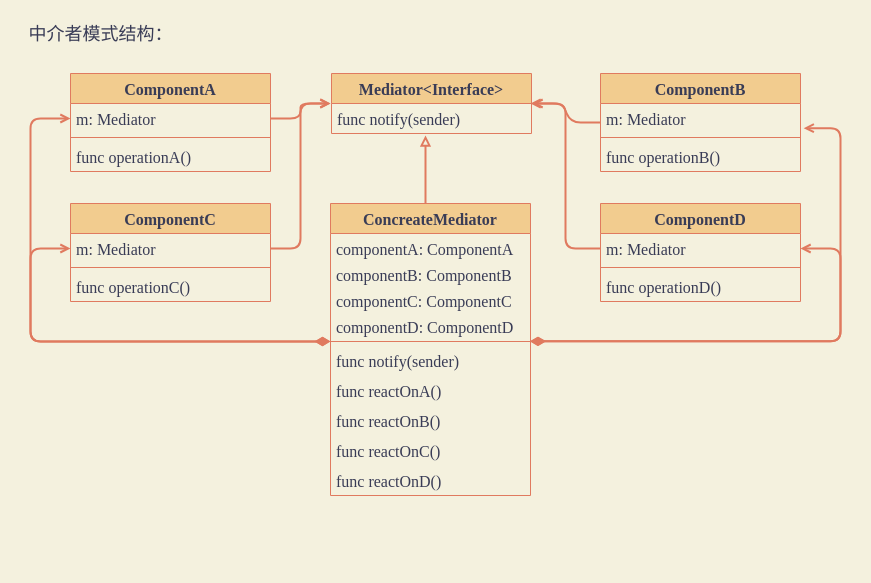
Above: 未命名绘图.drawio in xuhaodong1/DrawIO (draw.io), before the change. Source tidied: cells renumbered, new cells numbered last; positions are measured from the earlier drawing's top-left corner, leaving out a move shared by most shapes. Both pictures are drawn from the tidied source at 100%, with x=0, y=0 at pixel (21, 17).
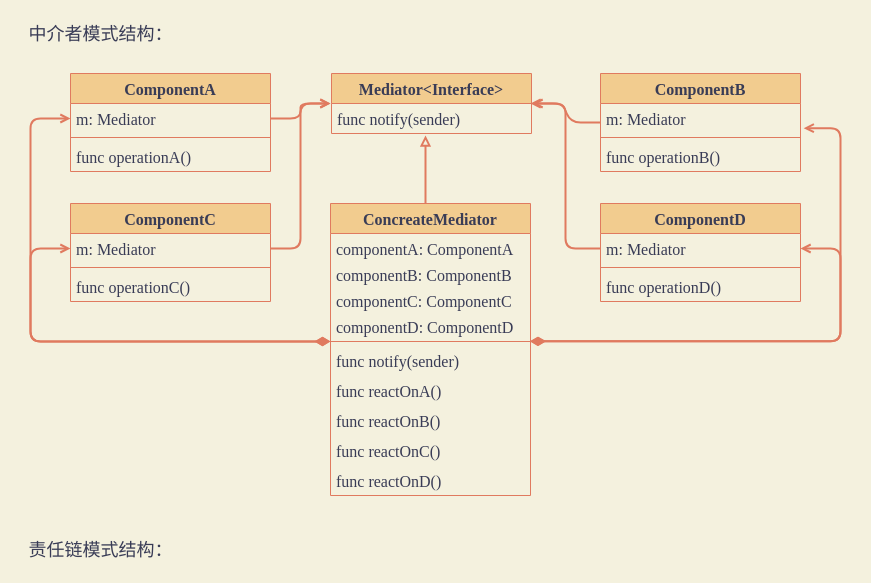
The same diagram, later.

Commit message:
更新未命名绘图.drawio

Change to the diagram source:
```diff
@@
+    <mxCell id="41" value="责任链模式结构：" style="text;html=1;strokeColor=none;fillColor=none;align=center;verticalAlign=middle;whiteSpace=wrap;rounded=0;fontFamily=Times New Roman;fontSize=18;fontColor=#393C56;" parent="1" vertex="1">
+      <mxGeometry y="516" width="159" height="33" as="geometry" />
+    </mxCell>
```
